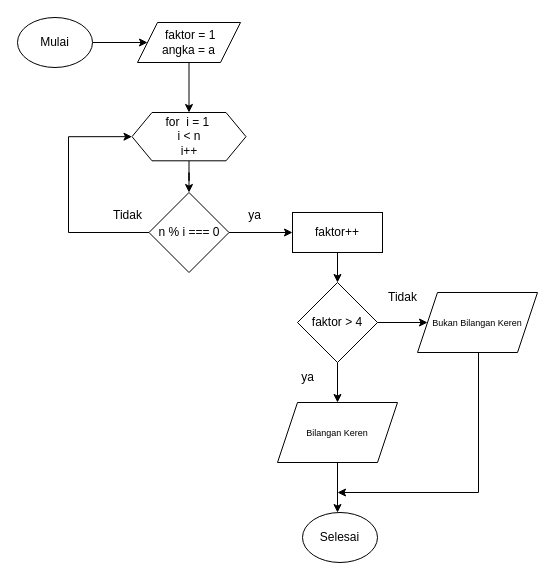
The draw.io diagram soal1_flowchart.drawio in ALTA-FE17-Irsan-Jamaludin/TUGAS-FLOWCHART-ALGORITMA, before the edit. Source tidied: cells renumbered, new cells numbered last; positions are measured from the earlier drawing's top-left corner, leaving out a move shared by most shapes. Both pictures are drawn from the tidied source at 100%, with x=0, y=0 at pixel (17, 17).
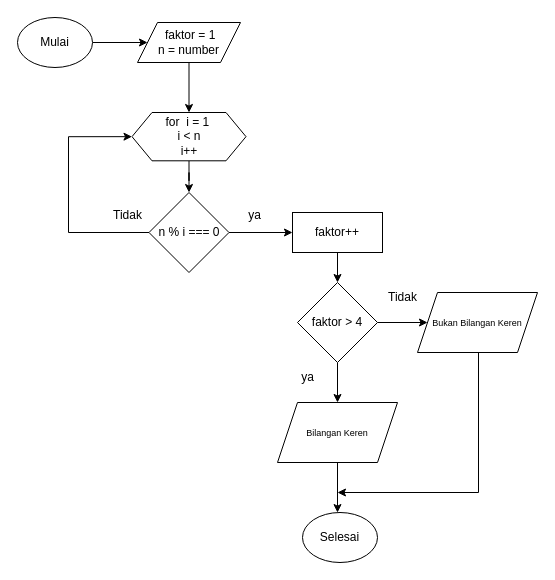
The same diagram, later.

Commit message (it also covers changes not shown here):
membuat perbaikan di 2 flowchart

What changed in the source:
```diff
@@
-    <mxCell id="5" value="&amp;nbsp;faktor = 1&lt;br&gt;angka = a" style="shape=parallelogram;perimeter=parallelogramPerimeter;whiteSpace=wrap;html=1;fixedSize=1;" parent="1" vertex="1">
+    <mxCell id="5" value="&amp;nbsp;faktor = 1&lt;br&gt;n = number" style="shape=parallelogram;perimeter=parallelogramPerimeter;whiteSpace=wrap;html=1;fixedSize=1;" parent="1" vertex="1">
       <mxGeometry x="120" y="5" width="103" height="40" as="geometry" />
     </mxCell>
```
